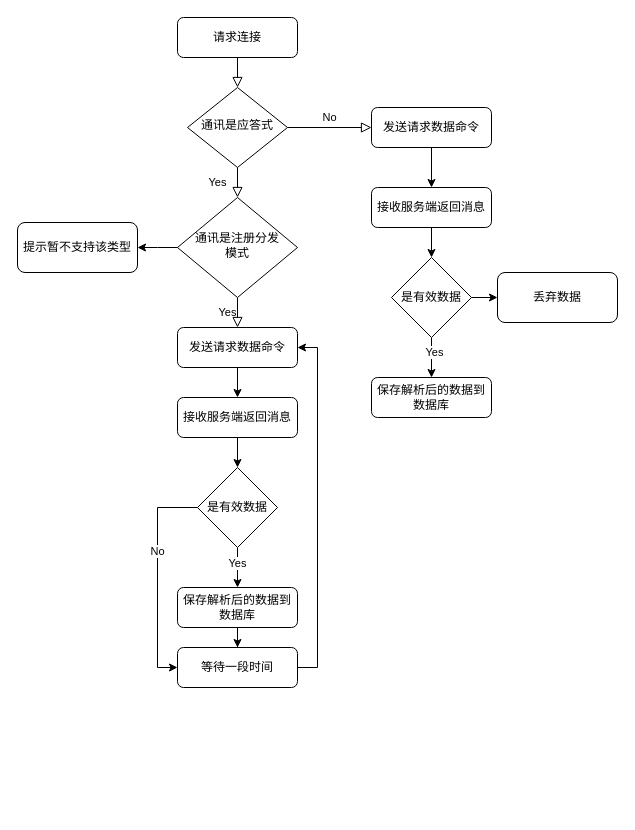
The draw.io diagram 未命名绘图.drawio in SIGEER2222/1, before the edit. Source tidied: cells renumbered, new cells numbered last; positions are measured from the earlier drawing's top-left corner, leaving out a move shared by most shapes. Both pictures are drawn from the tidied source at 100%, with x=0, y=0 at pixel (17, 17).
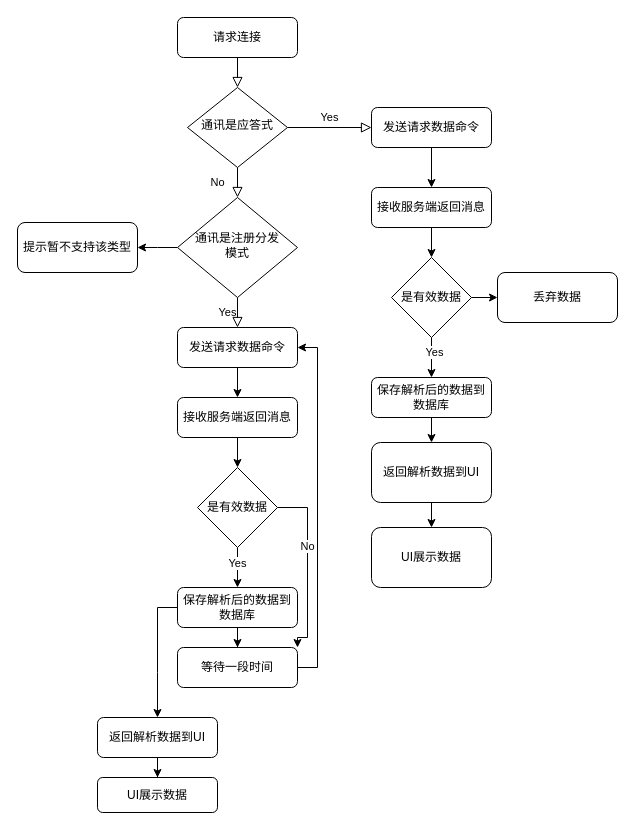
Above is the later version.

Commit message (it also covers changes not shown here):
更新未命名绘图.drawio

Unchanged cells that the change refers to:
```xml
<mxCell id="6" value="通讯是应答式" style="rhombus;whiteSpace=wrap;html=1;shadow=0;fontFamily=Helvetica;fontSize=12;align=center;strokeWidth=1;spacing=6;spacingTop=-4;" parent="1" vertex="1">
  <mxGeometry x="170" y="70" width="100" height="80" as="geometry" />
</mxCell>
<mxCell id="8" value="发送请求数据命令" style="rounded=1;whiteSpace=wrap;html=1;fontSize=12;glass=0;strokeWidth=1;shadow=0;" parent="1" vertex="1">
  <mxGeometry x="354" y="90" width="120" height="40" as="geometry" />
</mxCell>
<mxCell id="11" value="通讯是注册分发&lt;br&gt;模式" style="rhombus;whiteSpace=wrap;html=1;shadow=0;fontFamily=Helvetica;fontSize=12;align=center;strokeWidth=1;spacing=6;spacingTop=-4;" parent="1" vertex="1">
  <mxGeometry x="160" y="180" width="120" height="100" as="geometry" />
</mxCell>
<mxCell id="17" value="保存解析后的数据到数据库" style="whiteSpace=wrap;html=1;rounded=1;glass=0;strokeWidth=1;shadow=0;" parent="1" vertex="1">
  <mxGeometry x="160" y="570" width="120" height="40" as="geometry" />
</mxCell>
<mxCell id="19" value="等待一段时间" style="whiteSpace=wrap;html=1;rounded=1;glass=0;strokeWidth=1;shadow=0;" parent="1" vertex="1">
  <mxGeometry x="160" y="630" width="120" height="40" as="geometry" />
</mxCell>
<mxCell id="22" value="保存解析后的数据到数据库" style="whiteSpace=wrap;html=1;rounded=1;glass=0;strokeWidth=1;shadow=0;" parent="1" vertex="1">
  <mxGeometry x="354" y="360" width="120" height="40" as="geometry" />
</mxCell>
<mxCell id="27" value="是有效数据" style="rhombus;whiteSpace=wrap;html=1;" parent="1" vertex="1">
  <mxGeometry x="180" y="450" width="80" height="80" as="geometry" />
</mxCell>
```

Diff of the diagram source:
```diff
@@
-    <mxCell id="4" value="Yes" style="rounded=0;html=1;jettySize=auto;fontSize=11;endArrow=block;endFill=0;endSize=8;strokeWidth=1;shadow=0;labelBackgroundColor=none;edgeStyle=orthogonalEdgeStyle;" parent="1" edge="1" source="6" target="11">
-      <mxGeometry y="20" relative="1" as="geometry" />
+    <mxCell id="4" value="No" style="rounded=0;html=1;jettySize=auto;fontSize=11;endArrow=block;endFill=0;endSize=8;strokeWidth=1;shadow=0;labelBackgroundColor=none;edgeStyle=orthogonalEdgeStyle;" parent="1" edge="1" source="6" target="11">
+      <mxGeometry x="0.4" y="-20" relative="1" as="geometry" />
     </mxCell>
-    <mxCell id="5" value="No" style="edgeStyle=orthogonalEdgeStyle;rounded=0;html=1;jettySize=auto;fontSize=11;endArrow=block;endFill=0;endSize=8;strokeWidth=1;shadow=0;labelBackgroundColor=none;" parent="1" edge="1" source="6" target="8">
+    <mxCell id="5" value="Yes" style="edgeStyle=orthogonalEdgeStyle;rounded=0;html=1;jettySize=auto;fontSize=11;endArrow=block;endFill=0;endSize=8;strokeWidth=1;shadow=0;labelBackgroundColor=none;" parent="1" edge="1" source="6" target="8">
       <mxGeometry y="10" relative="1" as="geometry" />
     </mxCell>
@@
+    <mxCell id="34" style="edgeStyle=orthogonalEdgeStyle;rounded=0;jettySize=auto;html=1;" parent="1" edge="1" source="17">
+      <mxGeometry relative="1" as="geometry">
+        <mxPoint x="140" y="700" as="targetPoint" />
+      </mxGeometry>
+    </mxCell>
@@
+    <mxCell id="35" style="edgeStyle=orthogonalEdgeStyle;rounded=0;jettySize=auto;html=1;" parent="1" edge="1" source="22" target="37">
+      <mxGeometry relative="1" as="geometry" />
+    </mxCell>
@@
-    <mxCell id="25" style="edgeStyle=orthogonalEdgeStyle;rounded=0;jettySize=auto;html=1;entryX=0;entryY=0.5;entryDx=0;entryDy=0;" parent="1" edge="1" source="27" target="19">
+    <mxCell id="25" style="edgeStyle=orthogonalEdgeStyle;rounded=0;jettySize=auto;html=1;entryX=1;entryY=0;entryDx=0;entryDy=0;" parent="1" edge="1" source="27" target="19">
       <mxGeometry relative="1" as="geometry">
         <Array as="points">
-          <mxPoint x="140" y="490" />
-          <mxPoint x="140" y="650" />
+          <mxPoint x="290" y="490" />
+          <mxPoint x="290" y="620" />
+          <mxPoint x="280" y="620" />
         </Array>
       </mxGeometry>
     </mxCell>
@@
+    <mxCell id="36" style="edgeStyle=orthogonalEdgeStyle;rounded=0;jettySize=auto;html=1;" parent="1" edge="1" source="37" target="38">
+      <mxGeometry relative="1" as="geometry" />
+    </mxCell>
+    <mxCell id="37" value="返回解析数据到UI" style="whiteSpace=wrap;html=1;rounded=1;glass=0;strokeWidth=1;shadow=0;" parent="1" vertex="1">
+      <mxGeometry x="354" y="425" width="120" height="60" as="geometry" />
+    </mxCell>
+    <mxCell id="38" value="UI展示数据" style="whiteSpace=wrap;html=1;rounded=1;glass=0;strokeWidth=1;shadow=0;" parent="1" vertex="1">
+      <mxGeometry x="354" y="510" width="120" height="60" as="geometry" />
+    </mxCell>
+    <mxCell id="39" style="edgeStyle=orthogonalEdgeStyle;rounded=0;jettySize=auto;html=1;entryX=0.5;entryY=0;entryDx=0;entryDy=0;" parent="1" edge="1" source="40" target="41">
+      <mxGeometry relative="1" as="geometry" />
+    </mxCell>
+    <mxCell id="40" value="返回解析数据到UI" style="whiteSpace=wrap;html=1;rounded=1;glass=0;strokeWidth=1;shadow=0;" parent="1" vertex="1">
+      <mxGeometry x="80" y="700" width="120" height="40" as="geometry" />
+    </mxCell>
+    <mxCell id="41" value="UI展示数据" style="whiteSpace=wrap;html=1;rounded=1;glass=0;strokeWidth=1;shadow=0;" parent="1" vertex="1">
+      <mxGeometry x="80" y="760" width="120" height="35" as="geometry" />
+    </mxCell>
```
